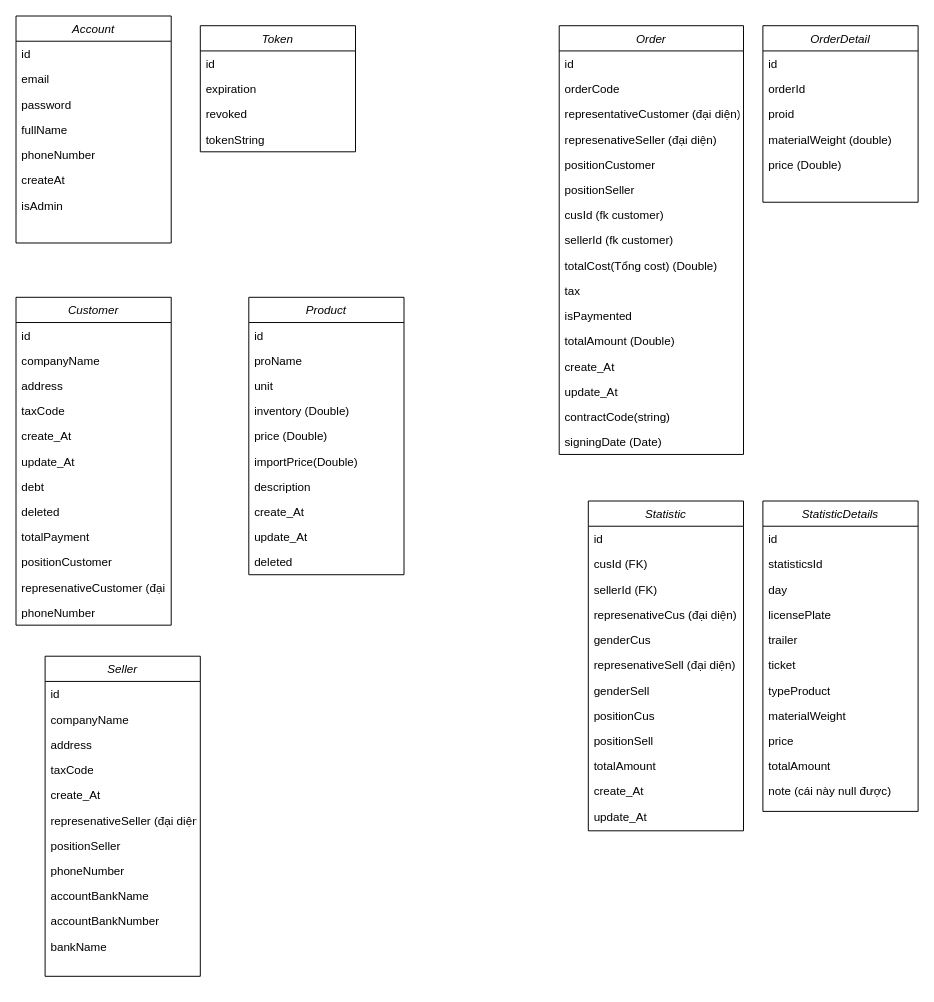
This is db Diagram.drawio from DacVuCaMap/ConstructCompany, a draw.io file, before an edit. Source tidied: cells renumbered, new cells numbered last; positions are measured from the earlier drawing's top-left corner, leaving out a move shared by most shapes. Both pictures are drawn from the tidied source at 97%, with x=0, y=0 at pixel (16, 16).
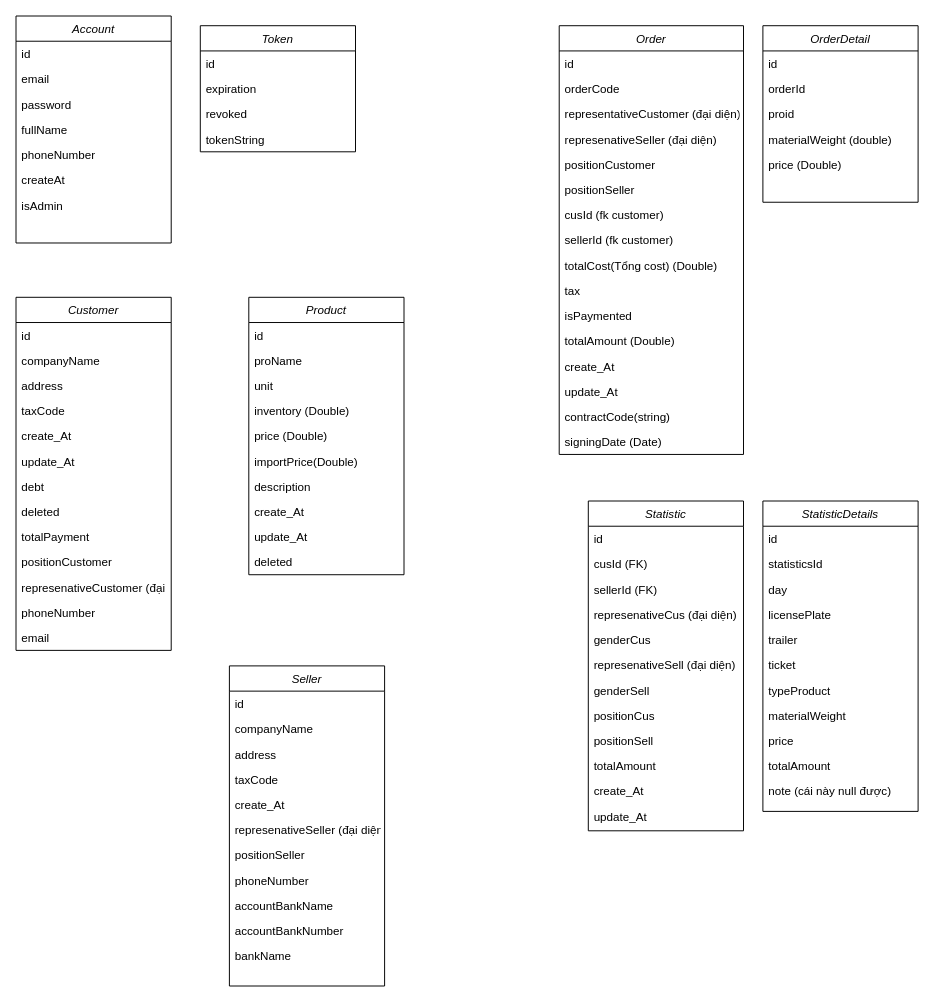
The same page after the edit.

What changed in the source:
```diff
@@
     <mxCell id="15" value="Customer" style="swimlane;fontStyle=2;align=center;verticalAlign=top;horizontal=1;startSize=26;rounded=0;shadow=0;strokeWidth=1;" parent="1" vertex="1">
-      <mxGeometry y="290" width="160" height="338" as="geometry" />
+      <mxGeometry y="290" width="160" height="364" as="geometry" />
     </mxCell>
@@
+    <mxCell id="99" value="email" style="text;align=left;verticalAlign=top;spacingLeft=4;spacingRight=4;overflow=hidden;" parent="15" vertex="1">
+      <mxGeometry y="338" width="160" height="26" as="geometry" />
+    </mxCell>
@@
     <mxCell id="62" value="Seller" style="swimlane;fontStyle=2;align=center;verticalAlign=top;horizontal=1;startSize=26;rounded=0;shadow=0;strokeWidth=1;" parent="1" vertex="1">
-      <mxGeometry x="30" y="660" width="160" height="330" as="geometry" />
+      <mxGeometry x="220" y="670" width="160" height="330" as="geometry" />
     </mxCell>
```
